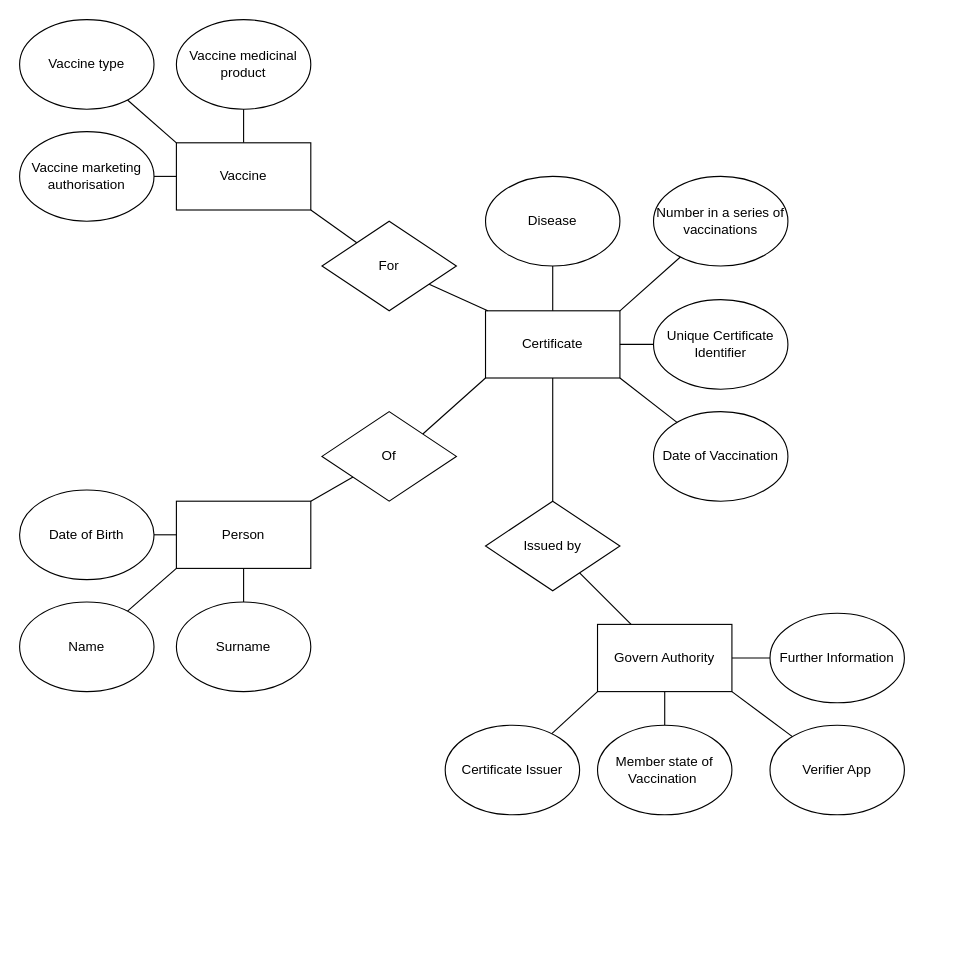
The draw.io diagram model.drawio in bohbohb/COVID-19-certification-app, before the edit. Source tidied: cells renumbered, new cells numbered last; positions are measured from the earlier drawing's top-left corner, leaving out a move shared by most shapes. Both pictures are drawn from the tidied source at 112%, with x=0, y=0 at pixel (19, 19).
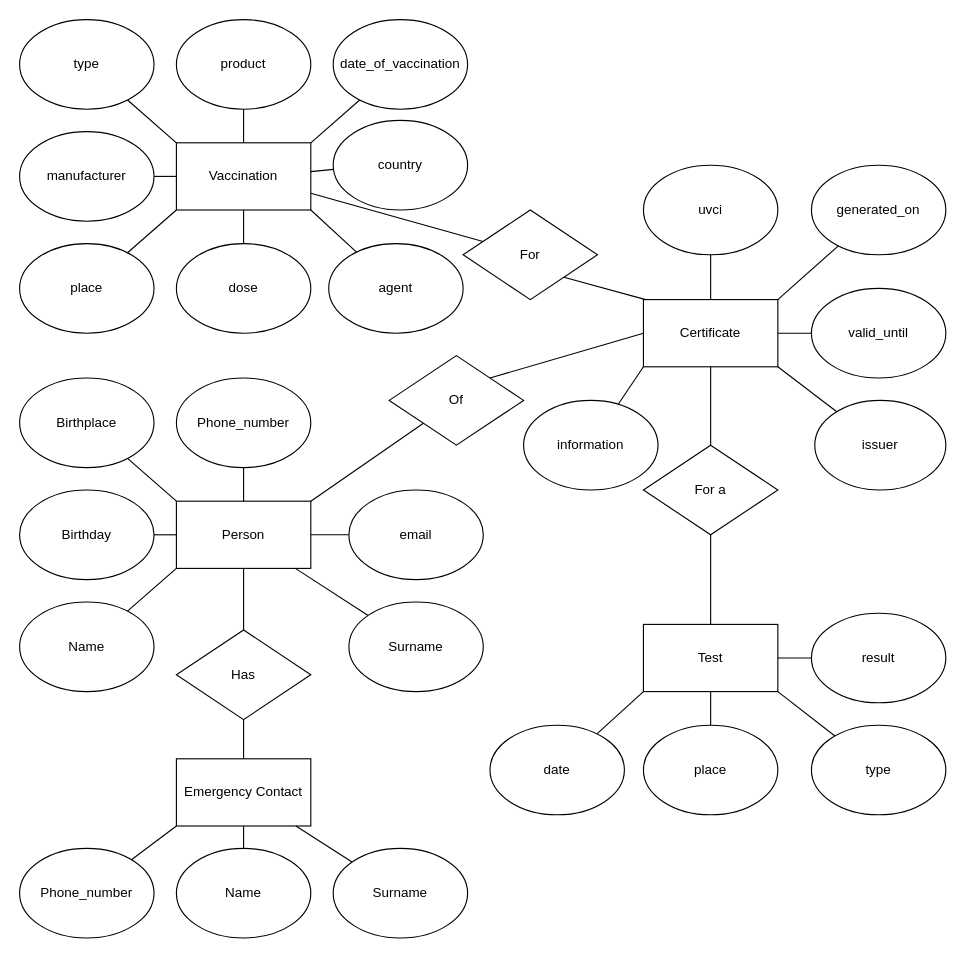
Above is the later version.

Commit message:
modified to comply with the mock data

Unchanged cells that the change refers to:
```xml
<mxCell id="13" value="Person" style="rounded=0;whiteSpace=wrap;html=1;" parent="1" vertex="1">
  <mxGeometry x="140" y="430" width="120" height="60" as="geometry" />
</mxCell>
```

What changed in the source:
```diff
@@
     <mxCell id="2" value="Certificate" style="rounded=0;whiteSpace=wrap;html=1;" parent="1" vertex="1">
-      <mxGeometry x="416" y="260" width="120" height="60" as="geometry" />
+      <mxGeometry x="557" y="250" width="120" height="60" as="geometry" />
     </mxCell>
@@
-    <mxCell id="4" value="Disease" style="ellipse;whiteSpace=wrap;html=1;" parent="1" vertex="1">
-      <mxGeometry x="416" y="140" width="120" height="80" as="geometry" />
+    <mxCell id="4" value="uvci" style="ellipse;whiteSpace=wrap;html=1;" parent="1" vertex="1">
+      <mxGeometry x="557" y="130" width="120" height="80" as="geometry" />
     </mxCell>
-    <mxCell id="5" value="Vaccine medicinal product" style="ellipse;whiteSpace=wrap;html=1;" parent="1" vertex="1">
+    <mxCell id="5" value="product" style="ellipse;whiteSpace=wrap;html=1;" parent="1" vertex="1">
       <mxGeometry x="140" width="120" height="80" as="geometry" />
     </mxCell>
@@
-    <mxCell id="7" style="edgeStyle=none;html=1;endArrow=none;endFill=0;exitX=1;exitY=1;exitDx=0;exitDy=0;" parent="1" edge="1" source="8" target="29">
+    <mxCell id="7" style="edgeStyle=none;html=1;endArrow=none;endFill=0;exitX=1;exitY=0.75;exitDx=0;exitDy=0;" parent="1" edge="1" source="8" target="29">
       <mxGeometry relative="1" as="geometry" />
     </mxCell>
-    <mxCell id="8" value="&lt;span&gt;Vaccine&lt;/span&gt;" style="rounded=0;whiteSpace=wrap;html=1;" parent="1" vertex="1">
+    <mxCell id="8" value="&lt;span&gt;Vaccination&lt;/span&gt;" style="rounded=0;whiteSpace=wrap;html=1;" parent="1" vertex="1">
       <mxGeometry x="140" y="110" width="120" height="60" as="geometry" />
     </mxCell>
@@
-    <mxCell id="10" value="Vaccine marketing authorisation" style="ellipse;whiteSpace=wrap;html=1;" parent="1" vertex="1">
+    <mxCell id="10" value="manufacturer" style="ellipse;whiteSpace=wrap;html=1;" parent="1" vertex="1">
       <mxGeometry y="100" width="120" height="80" as="geometry" />
     </mxCell>
-    <mxCell id="11" style="edgeStyle=none;html=1;endArrow=none;endFill=0;entryX=0;entryY=1;entryDx=0;entryDy=0;exitX=1;exitY=0;exitDx=0;exitDy=0;" parent="1" edge="1" source="30" target="2">
+    <mxCell id="11" style="edgeStyle=none;html=1;endArrow=none;endFill=0;entryX=0;entryY=0.5;entryDx=0;entryDy=0;exitX=1;exitY=0;exitDx=0;exitDy=0;" parent="1" edge="1" source="30" target="2">
       <mxGeometry relative="1" as="geometry" />
     </mxCell>
@@
     <mxCell id="17" value="Surname" style="ellipse;whiteSpace=wrap;html=1;" parent="1" vertex="1">
-      <mxGeometry x="140" y="520" width="120" height="80" as="geometry" />
+      <mxGeometry x="294" y="520" width="120" height="80" as="geometry" />
     </mxCell>
@@
-    <mxCell id="19" value="Date of Birth" style="ellipse;whiteSpace=wrap;html=1;" parent="1" vertex="1">
+    <mxCell id="19" value="Birthday" style="ellipse;whiteSpace=wrap;html=1;" parent="1" vertex="1">
       <mxGeometry y="420" width="120" height="80" as="geometry" />
     </mxCell>
@@
-    <mxCell id="21" value="Unique Certificate Identifier" style="ellipse;whiteSpace=wrap;html=1;" parent="1" vertex="1">
-      <mxGeometry x="566" y="250" width="120" height="80" as="geometry" />
+    <mxCell id="21" value="valid_until" style="ellipse;whiteSpace=wrap;html=1;" parent="1" vertex="1">
+      <mxGeometry x="707" y="240" width="120" height="80" as="geometry" />
     </mxCell>
@@
-    <mxCell id="23" value="Vaccine type" style="ellipse;whiteSpace=wrap;html=1;" parent="1" vertex="1">
+    <mxCell id="23" value="type" style="ellipse;whiteSpace=wrap;html=1;" parent="1" vertex="1">
       <mxGeometry width="120" height="80" as="geometry" />
     </mxCell>
@@
-    <mxCell id="25" value="Number in a series of vaccinations" style="ellipse;whiteSpace=wrap;html=1;" parent="1" vertex="1">
-      <mxGeometry x="566" y="140" width="120" height="80" as="geometry" />
+    <mxCell id="25" value="generated_on" style="ellipse;whiteSpace=wrap;html=1;" parent="1" vertex="1">
+      <mxGeometry x="707" y="130" width="120" height="80" as="geometry" />
     </mxCell>
@@
-    <mxCell id="27" value="Date of Vaccination" style="ellipse;whiteSpace=wrap;html=1;" parent="1" vertex="1">
-      <mxGeometry x="566" y="350" width="120" height="80" as="geometry" />
+    <mxCell id="27" value="issuer" style="ellipse;whiteSpace=wrap;html=1;" parent="1" vertex="1">
+      <mxGeometry x="710" y="340" width="117" height="80" as="geometry" />
     </mxCell>
-    <mxCell id="28" style="edgeStyle=none;html=1;endArrow=none;endFill=0;" parent="1" edge="1" source="29">
+    <mxCell id="28" style="edgeStyle=none;html=1;endArrow=none;endFill=0;exitX=1;exitY=1;exitDx=0;exitDy=0;" parent="1" edge="1" source="29">
       <mxGeometry relative="1" as="geometry">
-        <mxPoint x="418" y="260" as="targetPoint" />
+        <mxPoint x="559" y="250" as="targetPoint" />
       </mxGeometry>
     </mxCell>
     <mxCell id="29" value="For" style="rhombus;whiteSpace=wrap;html=1;" parent="1" vertex="1">
-      <mxGeometry x="270" y="180" width="120" height="80" as="geometry" />
+      <mxGeometry x="396" y="170" width="120" height="80" as="geometry" />
     </mxCell>
     <mxCell id="30" value="Of" style="rhombus;whiteSpace=wrap;html=1;" parent="1" vertex="1">
-      <mxGeometry x="270" y="350" width="120" height="80" as="geometry" />
+      <mxGeometry x="330" y="300" width="120" height="80" as="geometry" />
     </mxCell>
@@
-    <mxCell id="32" value="Member state of Vaccination&amp;nbsp;" style="ellipse;whiteSpace=wrap;html=1;" parent="1" vertex="1">
-      <mxGeometry x="516" y="630" width="120" height="80" as="geometry" />
+    <mxCell id="32" value="place" style="ellipse;whiteSpace=wrap;html=1;" parent="1" vertex="1">
+      <mxGeometry x="557" y="630" width="120" height="80" as="geometry" />
     </mxCell>
@@
-    <mxCell id="35" value="Govern Authority" style="rounded=0;whiteSpace=wrap;html=1;" parent="1" vertex="1">
-      <mxGeometry x="516" y="540" width="120" height="60" as="geometry" />
+    <mxCell id="35" value="Test" style="rounded=0;whiteSpace=wrap;html=1;" parent="1" vertex="1">
+      <mxGeometry x="557" y="540" width="120" height="60" as="geometry" />
     </mxCell>
@@
-    <mxCell id="37" value="Issued by" style="rhombus;whiteSpace=wrap;html=1;" parent="1" vertex="1">
-      <mxGeometry x="416" y="430" width="120" height="80" as="geometry" />
+    <mxCell id="37" value="For a" style="rhombus;whiteSpace=wrap;html=1;" parent="1" vertex="1">
+      <mxGeometry x="557" y="380" width="120" height="80" as="geometry" />
     </mxCell>
@@
-    <mxCell id="39" value="Certificate Issuer" style="ellipse;whiteSpace=wrap;html=1;" parent="1" vertex="1">
-      <mxGeometry x="380" y="630" width="120" height="80" as="geometry" />
+    <mxCell id="39" value="date" style="ellipse;whiteSpace=wrap;html=1;" parent="1" vertex="1">
+      <mxGeometry x="420" y="630" width="120" height="80" as="geometry" />
     </mxCell>
-    <mxCell id="40" value="Further Information" style="ellipse;whiteSpace=wrap;html=1;" parent="1" vertex="1">
-      <mxGeometry x="670" y="530" width="120" height="80" as="geometry" />
+    <mxCell id="40" value="result" style="ellipse;whiteSpace=wrap;html=1;" parent="1" vertex="1">
+      <mxGeometry x="707" y="530" width="120" height="80" as="geometry" />
     </mxCell>
@@
-    <mxCell id="42" value="Verifier App" style="ellipse;whiteSpace=wrap;html=1;" parent="1" vertex="1">
-      <mxGeometry x="670" y="630" width="120" height="80" as="geometry" />
+    <mxCell id="42" value="type" style="ellipse;whiteSpace=wrap;html=1;" parent="1" vertex="1">
+      <mxGeometry x="707" y="630" width="120" height="80" as="geometry" />
     </mxCell>
+    <mxCell id="43" style="edgeStyle=none;html=1;entryX=0;entryY=0;entryDx=0;entryDy=0;endArrow=none;endFill=0;" parent="1" edge="1" source="44" target="13">
+      <mxGeometry relative="1" as="geometry" />
+    </mxCell>
+    <mxCell id="44" value="Birthplace" style="ellipse;whiteSpace=wrap;html=1;" parent="1" vertex="1">
+      <mxGeometry y="320" width="120" height="80" as="geometry" />
+    </mxCell>
+    <mxCell id="45" style="edgeStyle=none;html=1;endArrow=none;endFill=0;" parent="1" edge="1" source="46" target="13">
+      <mxGeometry relative="1" as="geometry" />
+    </mxCell>
+    <mxCell id="46" value="Phone_number" style="ellipse;whiteSpace=wrap;html=1;" parent="1" vertex="1">
+      <mxGeometry x="140" y="320" width="120" height="80" as="geometry" />
+    </mxCell>
+    <mxCell id="47" style="edgeStyle=none;html=1;endArrow=none;endFill=0;" parent="1" edge="1" source="48" target="13">
+      <mxGeometry relative="1" as="geometry" />
+    </mxCell>
+    <mxCell id="48" value="email" style="ellipse;whiteSpace=wrap;html=1;" parent="1" vertex="1">
+      <mxGeometry x="294" y="420" width="120" height="80" as="geometry" />
+    </mxCell>
+    <mxCell id="49" style="edgeStyle=none;html=1;endArrow=none;endFill=0;exitX=0.5;exitY=0;exitDx=0;exitDy=0;" parent="1" edge="1" source="52" target="13">
+      <mxGeometry relative="1" as="geometry" />
+    </mxCell>
+    <mxCell id="50" style="edgeStyle=none;html=1;endArrow=none;endFill=0;exitX=0.5;exitY=0;exitDx=0;exitDy=0;" parent="1" edge="1" source="51" target="52">
+      <mxGeometry relative="1" as="geometry" />
+    </mxCell>
+    <mxCell id="51" value="Emergency Contact" style="rounded=0;whiteSpace=wrap;html=1;" parent="1" vertex="1">
+      <mxGeometry x="140" y="660" width="120" height="60" as="geometry" />
+    </mxCell>
+    <mxCell id="52" value="Has" style="rhombus;whiteSpace=wrap;html=1;" parent="1" vertex="1">
+      <mxGeometry x="140" y="545" width="120" height="80" as="geometry" />
+    </mxCell>
+    <mxCell id="53" style="edgeStyle=none;html=1;endArrow=none;endFill=0;entryX=0;entryY=1;entryDx=0;entryDy=0;" parent="1" edge="1" source="54" target="51">
+      <mxGeometry relative="1" as="geometry" />
+    </mxCell>
+    <mxCell id="54" value="Phone_number" style="ellipse;whiteSpace=wrap;html=1;" parent="1" vertex="1">
+      <mxGeometry y="740" width="120" height="80" as="geometry" />
+    </mxCell>
+    <mxCell id="55" style="edgeStyle=none;html=1;endArrow=none;endFill=0;" parent="1" edge="1" source="56" target="51">
+      <mxGeometry relative="1" as="geometry" />
+    </mxCell>
+    <mxCell id="56" value="Name" style="ellipse;whiteSpace=wrap;html=1;" parent="1" vertex="1">
+      <mxGeometry x="140" y="740" width="120" height="80" as="geometry" />
+    </mxCell>
+    <mxCell id="57" style="edgeStyle=none;html=1;endArrow=none;endFill=0;" parent="1" edge="1" source="58" target="51">
+      <mxGeometry relative="1" as="geometry" />
+    </mxCell>
+    <mxCell id="58" value="Surname" style="ellipse;whiteSpace=wrap;html=1;" parent="1" vertex="1">
+      <mxGeometry x="280" y="740" width="120" height="80" as="geometry" />
+    </mxCell>
+    <mxCell id="59" style="edgeStyle=none;html=1;endArrow=none;endFill=0;" parent="1" edge="1" source="60" target="8">
+      <mxGeometry relative="1" as="geometry" />
+    </mxCell>
+    <mxCell id="60" value="dose" style="ellipse;whiteSpace=wrap;html=1;" parent="1" vertex="1">
+      <mxGeometry x="140" y="200" width="120" height="80" as="geometry" />
+    </mxCell>
+    <mxCell id="61" style="edgeStyle=none;html=1;endArrow=none;endFill=0;entryX=1;entryY=0;entryDx=0;entryDy=0;" parent="1" edge="1" source="62" target="8">
+      <mxGeometry relative="1" as="geometry" />
+    </mxCell>
+    <mxCell id="62" value="date_of_vaccination" style="ellipse;whiteSpace=wrap;html=1;" parent="1" vertex="1">
+      <mxGeometry x="280" width="120" height="80" as="geometry" />
+    </mxCell>
+    <mxCell id="63" style="edgeStyle=none;html=1;endArrow=none;endFill=0;entryX=0;entryY=1;entryDx=0;entryDy=0;" parent="1" edge="1" source="64" target="8">
+      <mxGeometry relative="1" as="geometry" />
+    </mxCell>
+    <mxCell id="64" value="place" style="ellipse;whiteSpace=wrap;html=1;" parent="1" vertex="1">
+      <mxGeometry y="200" width="120" height="80" as="geometry" />
+    </mxCell>
+    <mxCell id="65" style="edgeStyle=none;html=1;endArrow=none;endFill=0;" parent="1" edge="1" source="66" target="8">
+      <mxGeometry relative="1" as="geometry" />
+    </mxCell>
+    <mxCell id="66" value="country" style="ellipse;whiteSpace=wrap;html=1;" parent="1" vertex="1">
+      <mxGeometry x="280" y="90" width="120" height="80" as="geometry" />
+    </mxCell>
+    <mxCell id="67" style="edgeStyle=none;html=1;endArrow=none;endFill=0;entryX=1;entryY=1;entryDx=0;entryDy=0;" parent="1" edge="1" source="68" target="8">
+      <mxGeometry relative="1" as="geometry" />
+    </mxCell>
+    <mxCell id="68" value="agent" style="ellipse;whiteSpace=wrap;html=1;" parent="1" vertex="1">
+      <mxGeometry x="276" y="200" width="120" height="80" as="geometry" />
+    </mxCell>
+    <mxCell id="69" style="edgeStyle=none;html=1;endArrow=none;endFill=0;entryX=0;entryY=1;entryDx=0;entryDy=0;" parent="1" edge="1" source="70" target="2">
+      <mxGeometry relative="1" as="geometry" />
+    </mxCell>
+    <mxCell id="70" value="information" style="ellipse;whiteSpace=wrap;html=1;" parent="1" vertex="1">
+      <mxGeometry x="450" y="340" width="120" height="80" as="geometry" />
+    </mxCell>
```
